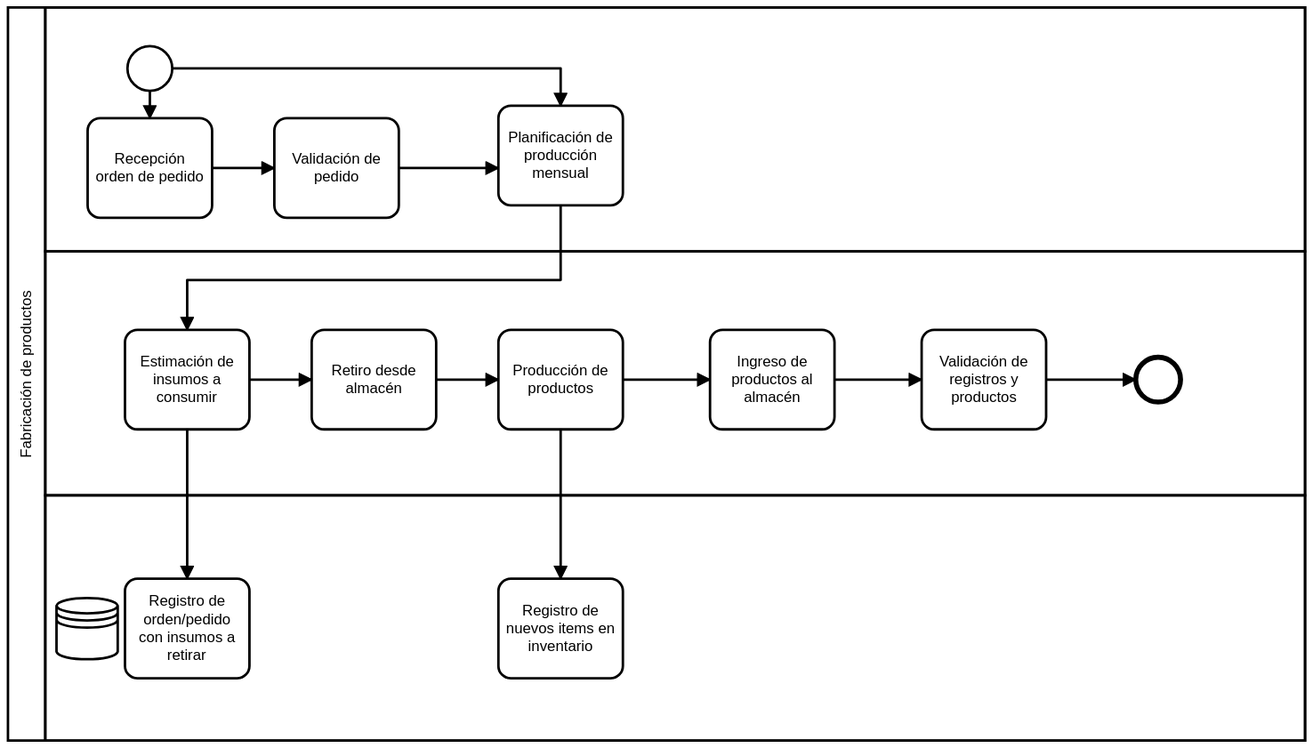
The BPMN diagram Documentos/bpmn/Proceso de Producción.svg in jelbo96/cerveceriaIngDeSoftware, before a commit. Its source is kept beside it as Documentos/bpmn/Proceso de Producción.bpmn. Ids are renumbered.
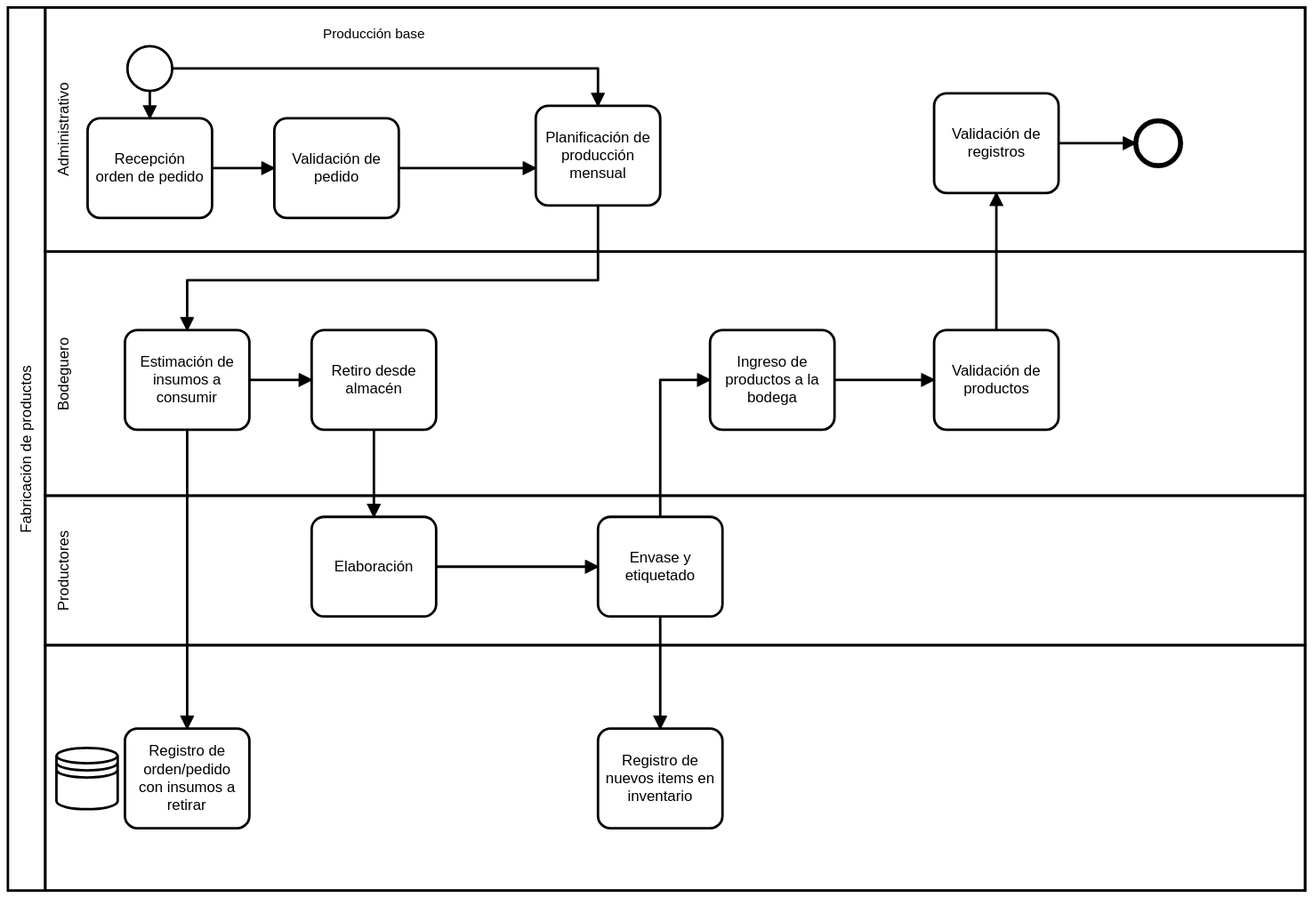
The same file after the commit.

Commit message:
BPMN model updated

Diff of the diagram source:
```diff
@@ -4,23 +4,27 @@
   </bpmn:collaboration>
   <bpmn:process id="Process_n4" isExecutable="false">
     <bpmn:laneSet id="LaneSet_n5">
-      <bpmn:lane id="Lane_n6">
+      <bpmn:lane id="Lane_n6" name="Administrativo">
         <bpmn:flowNodeRef>StartEvent_n7</bpmn:flowNodeRef>
         <bpmn:flowNodeRef>Task_n8</bpmn:flowNodeRef>
         <bpmn:flowNodeRef>Task_n9</bpmn:flowNodeRef>
         <bpmn:flowNodeRef>Task_n10</bpmn:flowNodeRef>
+        <bpmn:flowNodeRef>Task_n16</bpmn:flowNodeRef>
+        <bpmn:flowNodeRef>EndEvent_n17</bpmn:flowNodeRef>
       </bpmn:lane>
-      <bpmn:lane id="Lane_n11">
+      <bpmn:lane id="Lane_n11" name="Bodeguero">
         <bpmn:flowNodeRef>Task_n12</bpmn:flowNodeRef>
         <bpmn:flowNodeRef>Task_n13</bpmn:flowNodeRef>
-        <bpmn:flowNodeRef>Task_n14</bpmn:flowNodeRef>
         <bpmn:flowNodeRef>Task_n15</bpmn:flowNodeRef>
-        <bpmn:flowNodeRef>Task_n16</bpmn:flowNodeRef>
-        <bpmn:flowNodeRef>EndEvent_n17</bpmn:flowNodeRef>
+        <bpmn:flowNodeRef>Task_n34</bpmn:flowNodeRef>
       </bpmn:lane>
       <bpmn:lane id="Lane_n18">
         <bpmn:flowNodeRef>Task_n19</bpmn:flowNodeRef>
         <bpmn:flowNodeRef>Task_n20</bpmn:flowNodeRef>
+      </bpmn:lane>
+      <bpmn:lane id="Lane_n35" name="Productores">
+        <bpmn:flowNodeRef>Task_n14</bpmn:flowNodeRef>
+        <bpmn:flowNodeRef>Task_n36</bpmn:flowNodeRef>
       </bpmn:lane>
     </bpmn:laneSet>
     <bpmn:startEvent id="StartEvent_n7">
@@ -35,6 +39,30 @@
       <bpmn:incoming>SequenceFlow_n23</bpmn:incoming>
       <bpmn:outgoing>SequenceFlow_n24</bpmn:outgoing>
     </bpmn:task>
+    <bpmn:task id="Task_n12" name="Estimación de insumos a consumir">
+      <bpmn:incoming>SequenceFlow_n25</bpmn:incoming>
+      <bpmn:outgoing>SequenceFlow_n27</bpmn:outgoing>
+      <bpmn:outgoing>SequenceFlow_n28</bpmn:outgoing>
+    </bpmn:task>
+    <bpmn:task id="Task_n13" name="Retiro desde almacén">
+      <bpmn:incoming>SequenceFlow_n28</bpmn:incoming>
+      <bpmn:outgoing>SequenceFlow_n29</bpmn:outgoing>
+    </bpmn:task>
+    <bpmn:task id="Task_n15" name="Ingreso de productos a la bodega">
+      <bpmn:incoming>SequenceFlow_n37</bpmn:incoming>
+      <bpmn:outgoing>SequenceFlow_n38</bpmn:outgoing>
+    </bpmn:task>
+    <bpmn:sequenceFlow id="SequenceFlow_n21" sourceRef="StartEvent_n7" targetRef="Task_n8" />
+    <bpmn:sequenceFlow id="SequenceFlow_n23" sourceRef="Task_n8" targetRef="Task_n9" />
+    <bpmn:sequenceFlow id="SequenceFlow_n22" name="Producción base" sourceRef="StartEvent_n7" targetRef="Task_n10" />
+    <bpmn:sequenceFlow id="SequenceFlow_n27" sourceRef="Task_n12" targetRef="Task_n19" />
+    <bpmn:sequenceFlow id="SequenceFlow_n28" sourceRef="Task_n12" targetRef="Task_n13" />
+    <bpmn:sequenceFlow id="SequenceFlow_n29" sourceRef="Task_n13" targetRef="Task_n14" />
+    <bpmn:sequenceFlow id="SequenceFlow_n30" sourceRef="Task_n36" targetRef="Task_n20" />
+    <bpmn:sequenceFlow id="SequenceFlow_n31" sourceRef="Task_n14" targetRef="Task_n36" />
+    <bpmn:sequenceFlow id="SequenceFlow_n33" sourceRef="Task_n16" targetRef="EndEvent_n17" />
+    <bpmn:sequenceFlow id="SequenceFlow_n25" sourceRef="Task_n10" targetRef="Task_n12" />
+    <bpmn:sequenceFlow id="SequenceFlow_n24" sourceRef="Task_n9" targetRef="Task_n10" />
     <bpmn:task id="Task_n10" name="Planificación de producción mensual">
       <bpmn:incoming>SequenceFlow_n22</bpmn:incoming>
       <bpmn:incoming>SequenceFlow_n24</bpmn:incoming>
@@ -44,51 +72,37 @@
     <bpmn:task id="Task_n19" name="Registro de orden/pedido con insumos a retirar">
       <bpmn:incoming>SequenceFlow_n27</bpmn:incoming>
     </bpmn:task>
-    <bpmn:task id="Task_n12" name="Estimación de insumos a consumir">
-      <bpmn:incoming>SequenceFlow_n25</bpmn:incoming>
-      <bpmn:outgoing>SequenceFlow_n27</bpmn:outgoing>
-      <bpmn:outgoing>SequenceFlow_n28</bpmn:outgoing>
-    </bpmn:task>
-    <bpmn:task id="Task_n13" name="Retiro desde almacén">
-      <bpmn:incoming>SequenceFlow_n28</bpmn:incoming>
-      <bpmn:outgoing>SequenceFlow_n29</bpmn:outgoing>
-    </bpmn:task>
-    <bpmn:task id="Task_n14" name="Producción de productos">
+    <bpmn:task id="Task_n14" name="Elaboración">
       <bpmn:incoming>SequenceFlow_n29</bpmn:incoming>
-      <bpmn:outgoing>SequenceFlow_n30</bpmn:outgoing>
       <bpmn:outgoing>SequenceFlow_n31</bpmn:outgoing>
     </bpmn:task>
-    <bpmn:task id="Task_n20" name="Registro de nuevos items en inventario">
-      <bpmn:incoming>SequenceFlow_n30</bpmn:incoming>
-    </bpmn:task>
-    <bpmn:task id="Task_n15" name="Ingreso de productos al almacén">
-      <bpmn:incoming>SequenceFlow_n31</bpmn:incoming>
-      <bpmn:outgoing>SequenceFlow_n32</bpmn:outgoing>
-    </bpmn:task>
-    <bpmn:task id="Task_n16" name="Validación de registros y productos">
-      <bpmn:incoming>SequenceFlow_n32</bpmn:incoming>
+    <bpmn:task id="Task_n16" name="Validación de registros">
+      <bpmn:incoming>SequenceFlow_n39</bpmn:incoming>
       <bpmn:outgoing>SequenceFlow_n33</bpmn:outgoing>
     </bpmn:task>
     <bpmn:endEvent id="EndEvent_n17">
       <bpmn:incoming>SequenceFlow_n33</bpmn:incoming>
     </bpmn:endEvent>
-    <bpmn:sequenceFlow id="SequenceFlow_n21" sourceRef="StartEvent_n7" targetRef="Task_n8" />
-    <bpmn:sequenceFlow id="SequenceFlow_n23" sourceRef="Task_n8" targetRef="Task_n9" />
-    <bpmn:sequenceFlow id="SequenceFlow_n22" sourceRef="StartEvent_n7" targetRef="Task_n10" />
-    <bpmn:sequenceFlow id="SequenceFlow_n27" sourceRef="Task_n12" targetRef="Task_n19" />
-    <bpmn:sequenceFlow id="SequenceFlow_n28" sourceRef="Task_n12" targetRef="Task_n13" />
-    <bpmn:sequenceFlow id="SequenceFlow_n29" sourceRef="Task_n13" targetRef="Task_n14" />
-    <bpmn:sequenceFlow id="SequenceFlow_n30" sourceRef="Task_n14" targetRef="Task_n20" />
-    <bpmn:sequenceFlow id="SequenceFlow_n31" sourceRef="Task_n14" targetRef="Task_n15" />
-    <bpmn:sequenceFlow id="SequenceFlow_n32" sourceRef="Task_n15" targetRef="Task_n16" />
-    <bpmn:sequenceFlow id="SequenceFlow_n33" sourceRef="Task_n16" targetRef="EndEvent_n17" />
-    <bpmn:sequenceFlow id="SequenceFlow_n25" sourceRef="Task_n10" targetRef="Task_n12" />
-    <bpmn:sequenceFlow id="SequenceFlow_n24" sourceRef="Task_n9" targetRef="Task_n10" />
+    <bpmn:task id="Task_n36" name="Envase y etiquetado">
+      <bpmn:incoming>SequenceFlow_n31</bpmn:incoming>
+      <bpmn:outgoing>SequenceFlow_n37</bpmn:outgoing>
+      <bpmn:outgoing>SequenceFlow_n30</bpmn:outgoing>
+    </bpmn:task>
+    <bpmn:sequenceFlow id="SequenceFlow_n37" sourceRef="Task_n36" targetRef="Task_n15" />
+    <bpmn:task id="Task_n20" name="Registro de nuevos items en inventario">
+      <bpmn:incoming>SequenceFlow_n30</bpmn:incoming>
+    </bpmn:task>
+    <bpmn:task id="Task_n34" name="Validación de productos">
+      <bpmn:incoming>SequenceFlow_n38</bpmn:incoming>
+      <bpmn:outgoing>SequenceFlow_n39</bpmn:outgoing>
+    </bpmn:task>
+    <bpmn:sequenceFlow id="SequenceFlow_n38" sourceRef="Task_n15" targetRef="Task_n34" />
+    <bpmn:sequenceFlow id="SequenceFlow_n39" sourceRef="Task_n34" targetRef="Task_n16" />
   </bpmn:process>
   <bpmndi:BPMNDiagram id="BPMNDiagram_1">
     <bpmndi:BPMNPlane id="BPMNPlane_1" bpmnElement="Collaboration_n2">
       <bpmndi:BPMNShape id="Participant_n3_di" bpmnElement="Participant_n3" isHorizontal="true">
-        <dc:Bounds x="156" y="61" width="1042" height="589" />
+        <dc:Bounds x="156" y="61" width="1042" height="709" />
       </bpmndi:BPMNShape>
       <bpmndi:BPMNShape id="_BPMNShape_StartEvent_2" bpmnElement="StartEvent_n7">
         <dc:Bounds x="252" y="92" width="36" height="36" />
@@ -100,7 +114,7 @@
         <dc:Bounds x="186" y="257" width="1012" height="196" />
       </bpmndi:BPMNShape>
       <bpmndi:BPMNShape id="Lane_n18_di" bpmnElement="Lane_n18" isHorizontal="true">
-        <dc:Bounds x="186" y="453" width="1012" height="197" />
+        <dc:Bounds x="186" y="573" width="1012" height="197" />
       </bpmndi:BPMNShape>
       <bpmndi:BPMNShape id="Task_n8_di" bpmnElement="Task_n8">
         <dc:Bounds x="220" y="150" width="100" height="80" />
@@ -117,25 +131,28 @@
         <di:waypoint x="370" y="190" />
       </bpmndi:BPMNEdge>
       <bpmndi:BPMNShape id="Task_n10_di" bpmnElement="Task_n10">
-        <dc:Bounds x="550" y="140" width="100" height="80" />
+        <dc:Bounds x="580" y="140" width="100" height="80" />
       </bpmndi:BPMNShape>
       <bpmndi:BPMNEdge id="SequenceFlow_n22_di" bpmnElement="SequenceFlow_n22">
         <di:waypoint x="288" y="110" />
-        <di:waypoint x="600" y="110" />
-        <di:waypoint x="600" y="140" />
+        <di:waypoint x="630" y="110" />
+        <di:waypoint x="630" y="140" />
+        <bpmndi:BPMNLabel>
+          <dc:Bounds x="409" y="76" width="82" height="14" />
+        </bpmndi:BPMNLabel>
       </bpmndi:BPMNEdge>
       <bpmndi:BPMNShape id="Task_n12_di" bpmnElement="Task_n12">
         <dc:Bounds x="250" y="320" width="100" height="80" />
       </bpmndi:BPMNShape>
       <bpmndi:BPMNShape id="Task_n19_di" bpmnElement="Task_n19">
-        <dc:Bounds x="250" y="520" width="100" height="80" />
+        <dc:Bounds x="250" y="640" width="100" height="80" />
       </bpmndi:BPMNShape>
       <bpmndi:BPMNEdge id="SequenceFlow_n27_di" bpmnElement="SequenceFlow_n27">
         <di:waypoint x="300" y="400" />
-        <di:waypoint x="300" y="520" />
+        <di:waypoint x="300" y="640" />
       </bpmndi:BPMNEdge>
       <bpmndi:BPMNShape id="DataStoreReference_n26_di" bpmnElement="DataStoreReference_n26">
-        <dc:Bounds x="195" y="535" width="50" height="50" />
+        <dc:Bounds x="195" y="655" width="50" height="50" />
       </bpmndi:BPMNShape>
       <bpmndi:BPMNShape id="Task_n13_di" bpmnElement="Task_n13">
         <dc:Bounds x="400" y="320" width="100" height="80" />
@@ -145,49 +162,67 @@
         <di:waypoint x="400" y="360" />
       </bpmndi:BPMNEdge>
       <bpmndi:BPMNShape id="Task_n14_di" bpmnElement="Task_n14">
-        <dc:Bounds x="550" y="320" width="100" height="80" />
+        <dc:Bounds x="400" y="470" width="100" height="80" />
       </bpmndi:BPMNShape>
       <bpmndi:BPMNEdge id="SequenceFlow_n29_di" bpmnElement="SequenceFlow_n29">
-        <di:waypoint x="500" y="360" />
-        <di:waypoint x="550" y="360" />
+        <di:waypoint x="450" y="400" />
+        <di:waypoint x="450" y="470" />
       </bpmndi:BPMNEdge>
       <bpmndi:BPMNShape id="Task_n20_di" bpmnElement="Task_n20">
-        <dc:Bounds x="550" y="520" width="100" height="80" />
+        <dc:Bounds x="630" y="640" width="100" height="80" />
       </bpmndi:BPMNShape>
       <bpmndi:BPMNEdge id="SequenceFlow_n30_di" bpmnElement="SequenceFlow_n30">
-        <di:waypoint x="600" y="400" />
-        <di:waypoint x="600" y="520" />
+        <di:waypoint x="680" y="550" />
+        <di:waypoint x="680" y="640" />
       </bpmndi:BPMNEdge>
       <bpmndi:BPMNShape id="Task_n15_di" bpmnElement="Task_n15">
         <dc:Bounds x="720" y="320" width="100" height="80" />
       </bpmndi:BPMNShape>
       <bpmndi:BPMNEdge id="SequenceFlow_n31_di" bpmnElement="SequenceFlow_n31">
-        <di:waypoint x="650" y="360" />
-        <di:waypoint x="720" y="360" />
+        <di:waypoint x="500" y="510" />
+        <di:waypoint x="630" y="510" />
       </bpmndi:BPMNEdge>
       <bpmndi:BPMNShape id="Task_n16_di" bpmnElement="Task_n16">
-        <dc:Bounds x="890" y="320" width="100" height="80" />
+        <dc:Bounds x="900" y="130" width="100" height="80" />
       </bpmndi:BPMNShape>
-      <bpmndi:BPMNEdge id="SequenceFlow_n32_di" bpmnElement="SequenceFlow_n32">
-        <di:waypoint x="820" y="360" />
-        <di:waypoint x="890" y="360" />
-      </bpmndi:BPMNEdge>
       <bpmndi:BPMNShape id="EndEvent_n17_di" bpmnElement="EndEvent_n17">
-        <dc:Bounds x="1062" y="342" width="36" height="36" />
+        <dc:Bounds x="1062" y="152" width="36" height="36" />
       </bpmndi:BPMNShape>
       <bpmndi:BPMNEdge id="SequenceFlow_n33_di" bpmnElement="SequenceFlow_n33">
-        <di:waypoint x="990" y="360" />
-        <di:waypoint x="1062" y="360" />
+        <di:waypoint x="1000" y="170" />
+        <di:waypoint x="1062" y="170" />
       </bpmndi:BPMNEdge>
       <bpmndi:BPMNEdge id="SequenceFlow_n25_di" bpmnElement="SequenceFlow_n25">
-        <di:waypoint x="600" y="220" />
-        <di:waypoint x="600" y="280" />
+        <di:waypoint x="630" y="220" />
+        <di:waypoint x="630" y="280" />
         <di:waypoint x="300" y="280" />
         <di:waypoint x="300" y="320" />
       </bpmndi:BPMNEdge>
       <bpmndi:BPMNEdge id="SequenceFlow_n24_di" bpmnElement="SequenceFlow_n24">
         <di:waypoint x="470" y="190" />
-        <di:waypoint x="550" y="190" />
+        <di:waypoint x="580" y="190" />
+      </bpmndi:BPMNEdge>
+      <bpmndi:BPMNShape id="Lane_n35_di" bpmnElement="Lane_n35" isHorizontal="true">
+        <dc:Bounds x="186" y="453" width="1012" height="120" />
+      </bpmndi:BPMNShape>
+      <bpmndi:BPMNShape id="Task_n36_di" bpmnElement="Task_n36">
+        <dc:Bounds x="630" y="470" width="100" height="80" />
+      </bpmndi:BPMNShape>
+      <bpmndi:BPMNEdge id="SequenceFlow_n37_di" bpmnElement="SequenceFlow_n37">
+        <di:waypoint x="680" y="470" />
+        <di:waypoint x="680" y="360" />
+        <di:waypoint x="720" y="360" />
+      </bpmndi:BPMNEdge>
+      <bpmndi:BPMNShape id="Task_n34_di" bpmnElement="Task_n34">
+        <dc:Bounds x="900" y="320" width="100" height="80" />
+      </bpmndi:BPMNShape>
+      <bpmndi:BPMNEdge id="SequenceFlow_n38_di" bpmnElement="SequenceFlow_n38">
+        <di:waypoint x="820" y="360" />
+        <di:waypoint x="900" y="360" />
+      </bpmndi:BPMNEdge>
+      <bpmndi:BPMNEdge id="SequenceFlow_n39_di" bpmnElement="SequenceFlow_n39">
+        <di:waypoint x="950" y="320" />
+        <di:waypoint x="950" y="210" />
       </bpmndi:BPMNEdge>
     </bpmndi:BPMNPlane>
   </bpmndi:BPMNDiagram>
```
